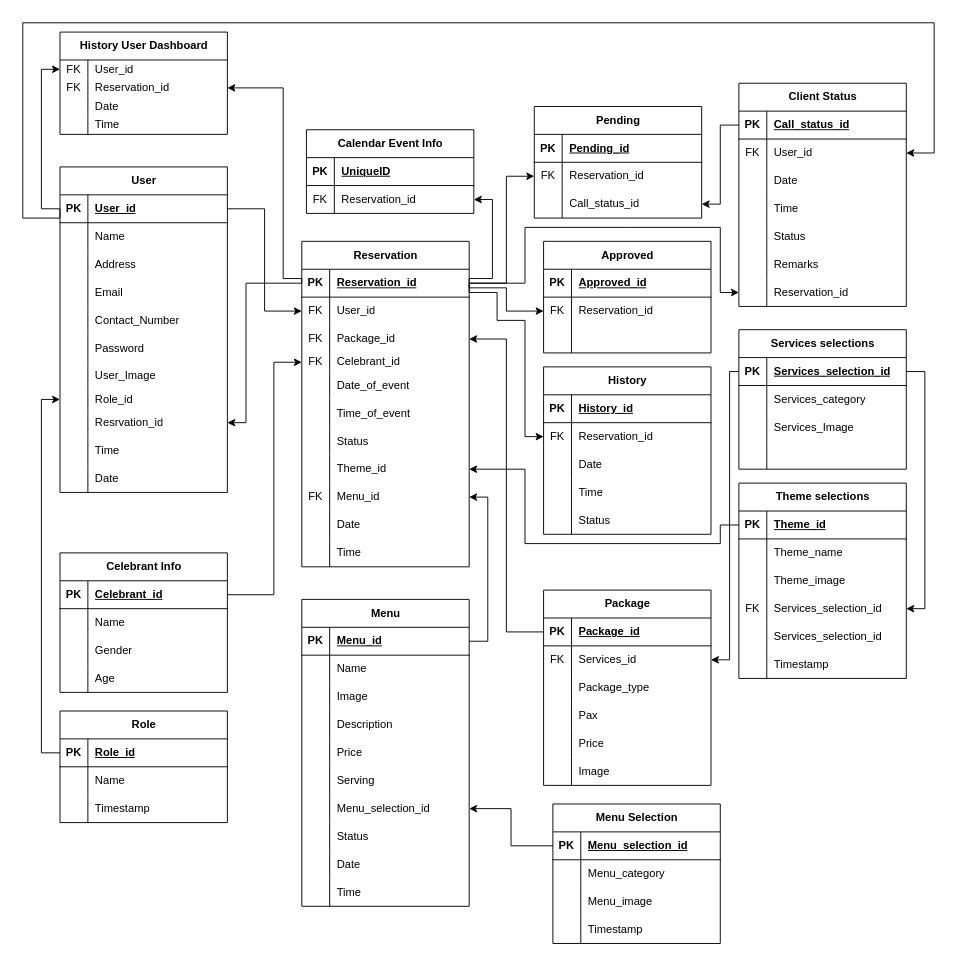
Before: Untitled Diagram.drawio in jcedriciglesias/Mihanz-Catering-Redo, a draw.io diagram. Source tidied: cells renumbered, new cells numbered last; positions are measured from the earlier drawing's top-left corner, leaving out a move shared by most shapes. Both pictures are drawn from the tidied source at 93%, with x=0, y=0 at pixel (22, 22).
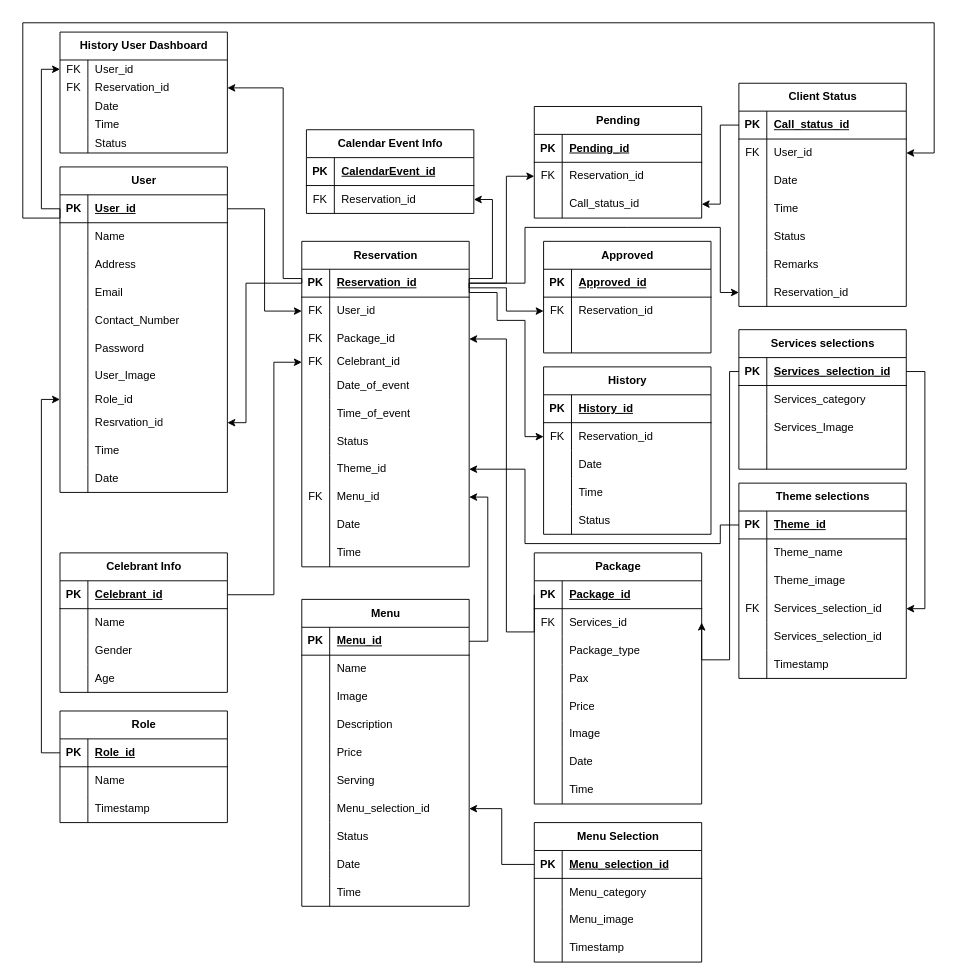
The same diagram, later.

The change refers to these unchanged cells:
```xml
<mxCell id="233" style="shape=tableRow;horizontal=0;startSize=0;swimlaneHead=0;swimlaneBody=0;fillColor=none;top=0;left=0;right=0;bottom=1;" parent="232" vertex="1">
  <mxGeometry y="30" width="180" height="30" as="geometry" />
</mxCell>
```

Change to the diagram source:
```diff
@@
     <mxCell id="71" value="History User Dashboard" style="shape=table;startSize=30;childLayout=tableLayout;rowLines=0;fontStyle=1;align=center;html=1;" parent="1" vertex="1">
-      <mxGeometry x="40" y="10" width="180" height="110" as="geometry" />
+      <mxGeometry x="40" y="10" width="180" height="130" as="geometry" />
     </mxCell>
@@
+    <mxCell id="285" style="shape=tableRow;horizontal=0;startSize=0;swimlaneHead=0;swimlaneBody=0;fillColor=none;top=0;left=0;right=0;bottom=0;" parent="71" vertex="1">
+      <mxGeometry y="110" width="180" height="20" as="geometry" />
+    </mxCell>
+    <mxCell id="286" style="shape=partialRectangle;fillColor=none;top=0;left=0;bottom=0;right=0;overflow=hidden;whiteSpace=wrap;html=1;" parent="285" vertex="1">
+      <mxGeometry width="30" height="20" as="geometry" />
+    </mxCell>
+    <mxCell id="287" value="Status" style="shape=partialRectangle;fillColor=none;top=0;left=0;bottom=0;right=0;align=left;spacingLeft=6;overflow=hidden;whiteSpace=wrap;html=1;" parent="285" vertex="1">
+      <mxGeometry x="30" width="150" height="20" as="geometry" />
+    </mxCell>
@@
     <mxCell id="141" value="Package" style="shape=table;startSize=30;childLayout=tableLayout;rowLines=0;fontStyle=1;align=center;html=1;" parent="1" vertex="1">
-      <mxGeometry x="560" y="610" width="180" height="210" as="geometry" />
+      <mxGeometry x="550" y="570" width="180" height="270" as="geometry" />
     </mxCell>
@@
+    <mxCell id="288" style="shape=tableRow;horizontal=0;startSize=0;swimlaneHead=0;swimlaneBody=0;fillColor=none;top=0;left=0;right=0;bottom=0;" parent="141" vertex="1">
+      <mxGeometry y="210" width="180" height="30" as="geometry" />
+    </mxCell>
+    <mxCell id="289" style="shape=partialRectangle;fillColor=none;top=0;left=0;bottom=0;right=0;overflow=hidden;whiteSpace=wrap;html=1;" parent="288" vertex="1">
+      <mxGeometry width="30" height="30" as="geometry" />
+    </mxCell>
+    <mxCell id="290" value="Date" style="shape=partialRectangle;fillColor=none;top=0;left=0;bottom=0;right=0;align=left;spacingLeft=6;overflow=hidden;whiteSpace=wrap;html=1;" parent="288" vertex="1">
+      <mxGeometry x="30" width="150" height="30" as="geometry" />
+    </mxCell>
+    <mxCell id="291" style="shape=tableRow;horizontal=0;startSize=0;swimlaneHead=0;swimlaneBody=0;fillColor=none;top=0;left=0;right=0;bottom=0;" parent="141" vertex="1">
+      <mxGeometry y="240" width="180" height="30" as="geometry" />
+    </mxCell>
+    <mxCell id="292" style="shape=partialRectangle;fillColor=none;top=0;left=0;bottom=0;right=0;overflow=hidden;whiteSpace=wrap;html=1;" parent="291" vertex="1">
+      <mxGeometry width="30" height="30" as="geometry" />
+    </mxCell>
+    <mxCell id="293" value="Time" style="shape=partialRectangle;fillColor=none;top=0;left=0;bottom=0;right=0;align=left;spacingLeft=6;overflow=hidden;whiteSpace=wrap;html=1;" parent="291" vertex="1">
+      <mxGeometry x="30" width="150" height="30" as="geometry" />
+    </mxCell>
@@
-    <mxCell id="235" value="UniqueID" style="shape=partialRectangle;fillColor=none;top=0;left=0;bottom=0;right=0;align=left;spacingLeft=6;fontStyle=5;overflow=hidden;whiteSpace=wrap;html=1;" parent="233" vertex="1">
+    <mxCell id="235" value="CalendarEvent_id" style="shape=partialRectangle;fillColor=none;top=0;left=0;bottom=0;right=0;align=left;spacingLeft=6;fontStyle=5;overflow=hidden;whiteSpace=wrap;html=1;" parent="233" vertex="1">
       <mxGeometry x="30" width="150" height="30" as="geometry" />
     </mxCell>
@@
     <mxCell id="265" value="Menu Selection" style="shape=table;startSize=30;childLayout=tableLayout;rowLines=0;fontStyle=1;align=center;html=1;" parent="1" vertex="1">
-      <mxGeometry x="570" y="840" width="180" height="150" as="geometry" />
+      <mxGeometry x="550" y="860" width="180" height="150" as="geometry" />
     </mxCell>
```
